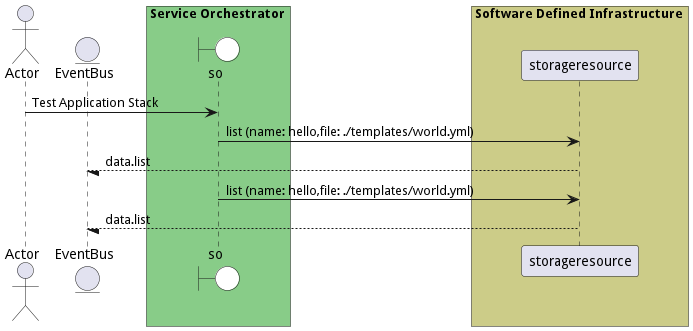
Before: docs/edgemere/sml/so/usecases/managestacks/TestApplicationStack.png, a diagram exported from PlantUML (madajaju/edgemere). Source of this version:
```plantuml
@startuml

actor "Actor"


entity EventBus

box Service Orchestrator #88cc88
    boundary so #white
end box


box Software Defined Infrastructure #cccc88
            participant storageresource
    end box


"Actor" -> so: Test Application Stack

    so -> "storageresource": list (name: hello,file: ./templates/world.yml)

    "storageresource" --/ EventBus: data.list

    so -> "storageresource": list (name: hello,file: ./templates/world.yml)

    "storageresource" --/ EventBus: data.list



@enduml
```
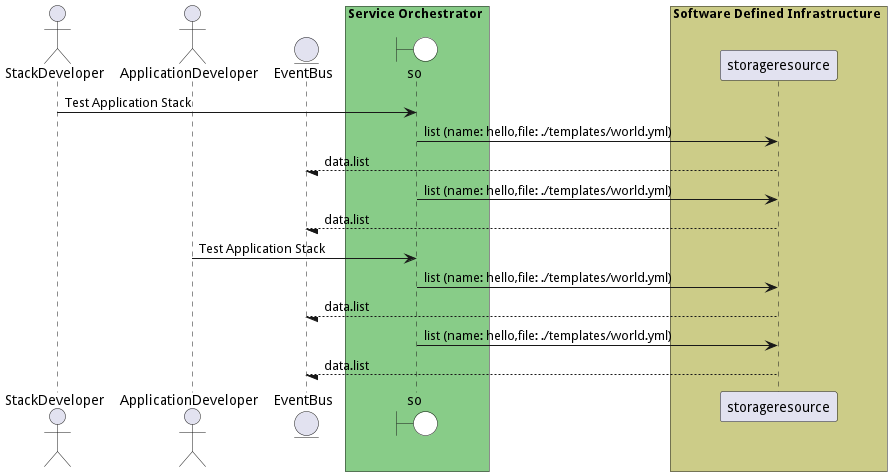
After the change.

What changed in the source:
```diff
@@ -1,6 +1,8 @@
 @startuml
 
-actor "Actor"
+actor "StackDeveloper"
+
+actor "ApplicationDeveloper"
 
 
 entity EventBus
@@ -15,7 +17,18 @@
     end box
 
 
-"Actor" -> so: Test Application Stack
+"StackDeveloper" -> so: Test Application Stack
+
+    so -> "storageresource": list (name: hello,file: ./templates/world.yml)
+
+    "storageresource" --/ EventBus: data.list
+
+    so -> "storageresource": list (name: hello,file: ./templates/world.yml)
+
+    "storageresource" --/ EventBus: data.list
+
+
+"ApplicationDeveloper" -> so: Test Application Stack
 
     so -> "storageresource": list (name: hello,file: ./templates/world.yml)
 
```
